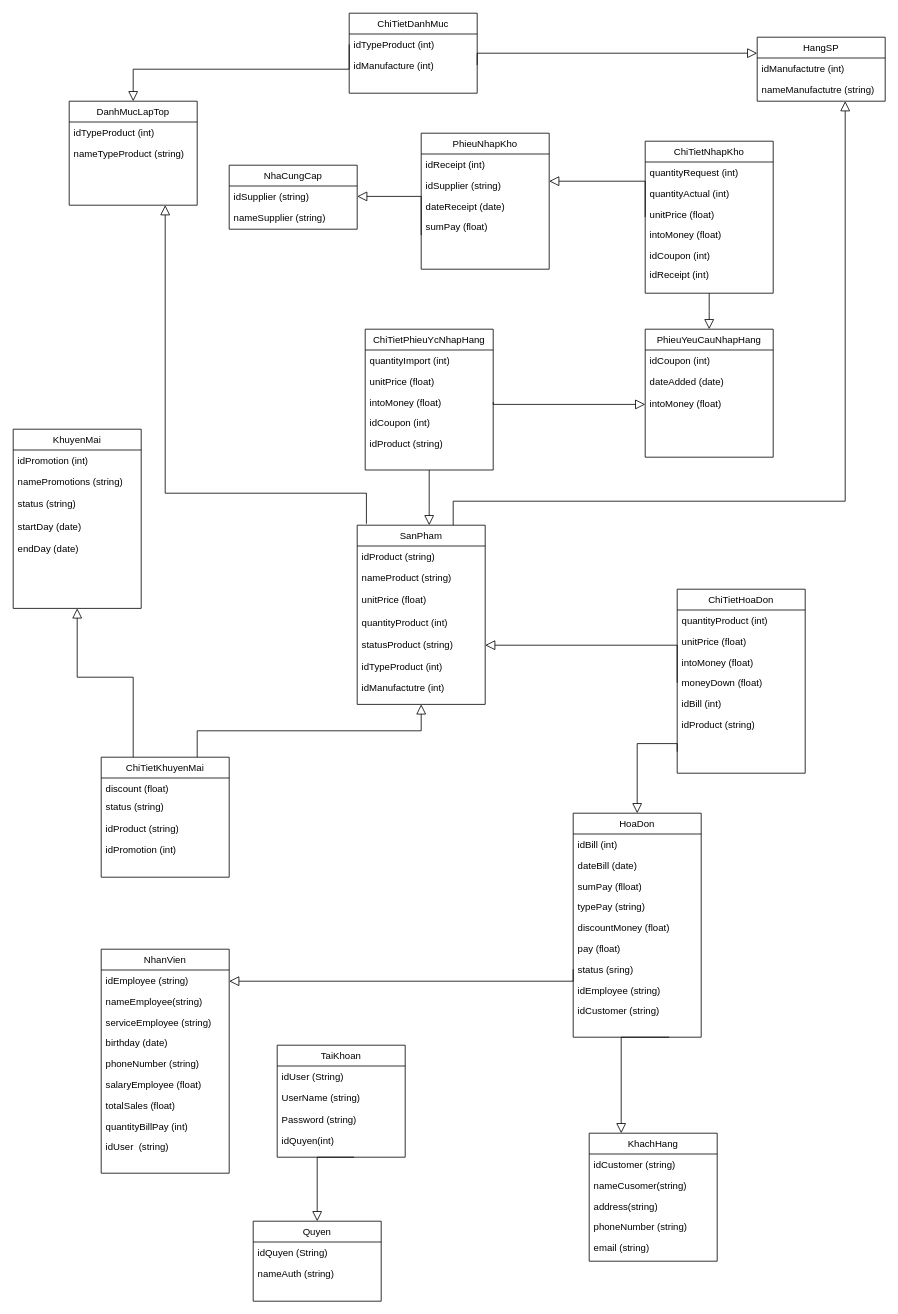
Earlier version of the draw.io diagram QuanLyBanHang.drawio (mintie1808/DoAnC-_QuanLyBanLapTop). Source tidied: cells renumbered, new cells numbered last; positions are measured from the earlier drawing's top-left corner, leaving out a move shared by most shapes. Both pictures are drawn from the tidied source at 80%, with x=0, y=0 at pixel (13, 13).
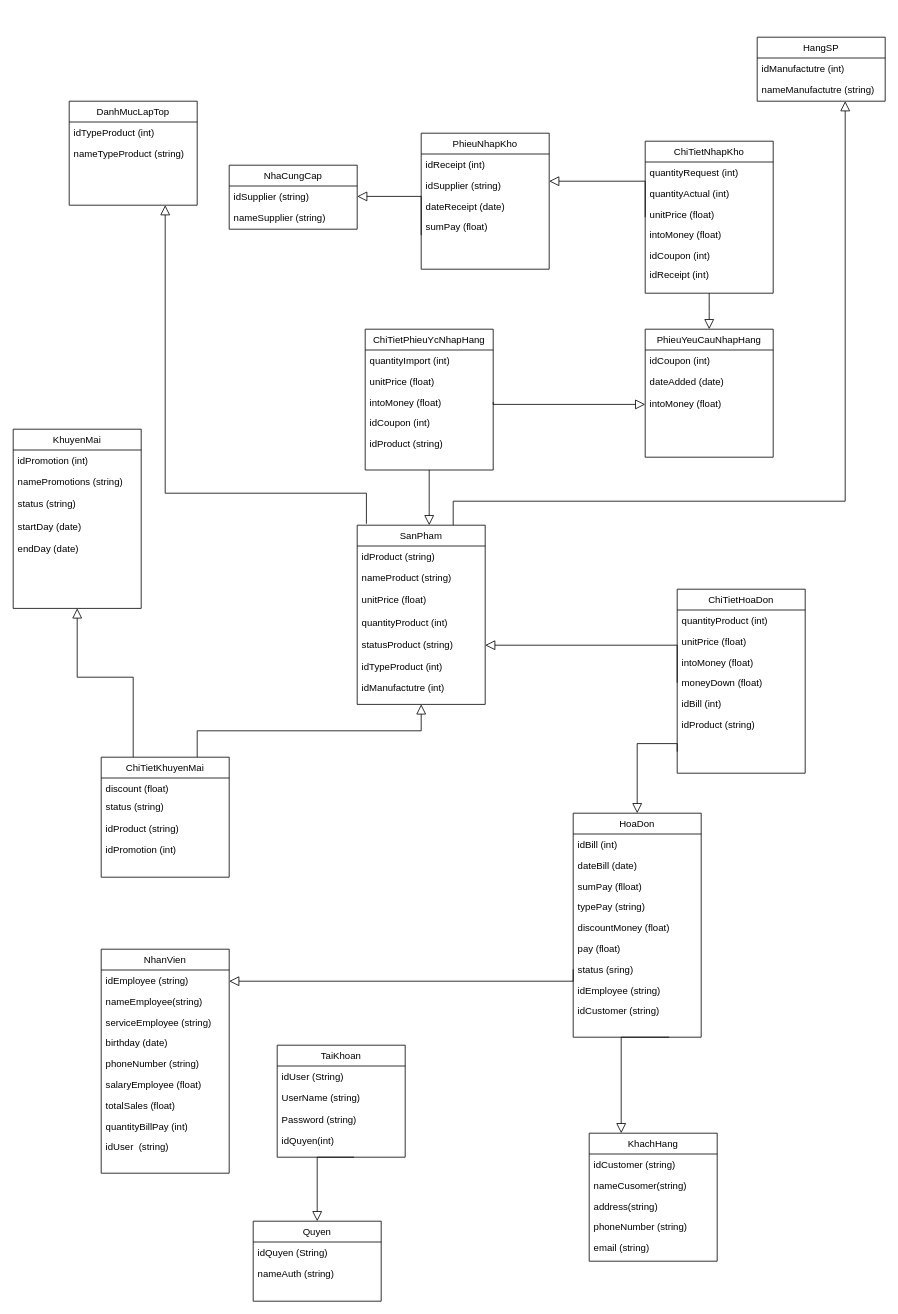
The same page after the edit.

Unchanged cells that the change refers to:
```xml
<mxCell id="17" value="DanhMucLapTop" style="swimlane;fontStyle=0;align=center;verticalAlign=top;horizontal=1;startSize=26;rounded=0;shadow=0;strokeWidth=1;fillColor=default;gradientColor=none;" parent="1" vertex="1">
  <mxGeometry x="70" y="110" width="160" height="130" as="geometry" />
</mxCell>
<mxCell id="83" value="HangSP" style="swimlane;fontStyle=0;align=center;verticalAlign=top;horizontal=1;startSize=26;rounded=0;shadow=0;strokeWidth=1;fillColor=default;gradientColor=none;" parent="1" vertex="1">
  <mxGeometry x="930" y="30" width="160" height="80" as="geometry" />
</mxCell>
```

What changed in the source:
```diff
@@
-    <mxCell id="88" value="ChiTietDanhMuc" style="swimlane;fontStyle=0;align=center;verticalAlign=top;horizontal=1;startSize=26;rounded=0;shadow=0;strokeWidth=1;fillColor=default;gradientColor=none;" parent="1" vertex="1">
-      <mxGeometry x="420" width="160" height="100" as="geometry" />
-    </mxCell>
-    <mxCell id="89" value="idTypeProduct (int)" style="text;align=left;verticalAlign=top;spacingLeft=4;spacingRight=4;overflow=hidden;points=[[0,0.5],[1,0.5]];portConstraint=eastwest;" parent="88" vertex="1">
-      <mxGeometry y="26" width="160" height="26" as="geometry" />
-    </mxCell>
-    <mxCell id="90" value="idManufacture (int)" style="text;align=left;verticalAlign=top;spacingLeft=4;spacingRight=4;overflow=hidden;points=[[0,0.5],[1,0.5]];portConstraint=eastwest;" parent="88" vertex="1">
-      <mxGeometry y="52" width="160" height="26" as="geometry" />
-    </mxCell>
-    <mxCell id="91" style="endArrow=block;endSize=10;endFill=0;shadow=0;strokeWidth=1;rounded=0;edgeStyle=elbowEdgeStyle;elbow=vertical;exitX=0;exitY=0.5;exitDx=0;exitDy=0;entryX=0.5;entryY=0;entryDx=0;entryDy=0;" parent="1" edge="1" source="89" target="17">
-      <mxGeometry relative="1" as="geometry">
-        <Array as="points">
-          <mxPoint x="340" y="70" />
-          <mxPoint x="1670" y="257" />
-        </Array>
-      </mxGeometry>
-    </mxCell>
-    <mxCell id="92" style="endArrow=block;endSize=10;endFill=0;shadow=0;strokeWidth=1;rounded=0;edgeStyle=elbowEdgeStyle;elbow=vertical;exitX=1;exitY=0.5;exitDx=0;exitDy=0;entryX=0;entryY=0.25;entryDx=0;entryDy=0;" parent="1" edge="1" source="90" target="83">
-      <mxGeometry relative="1" as="geometry">
-        <Array as="points">
-          <mxPoint x="680" y="50" />
-          <mxPoint x="1660" y="247" />
-        </Array>
-      </mxGeometry>
-    </mxCell>
```
